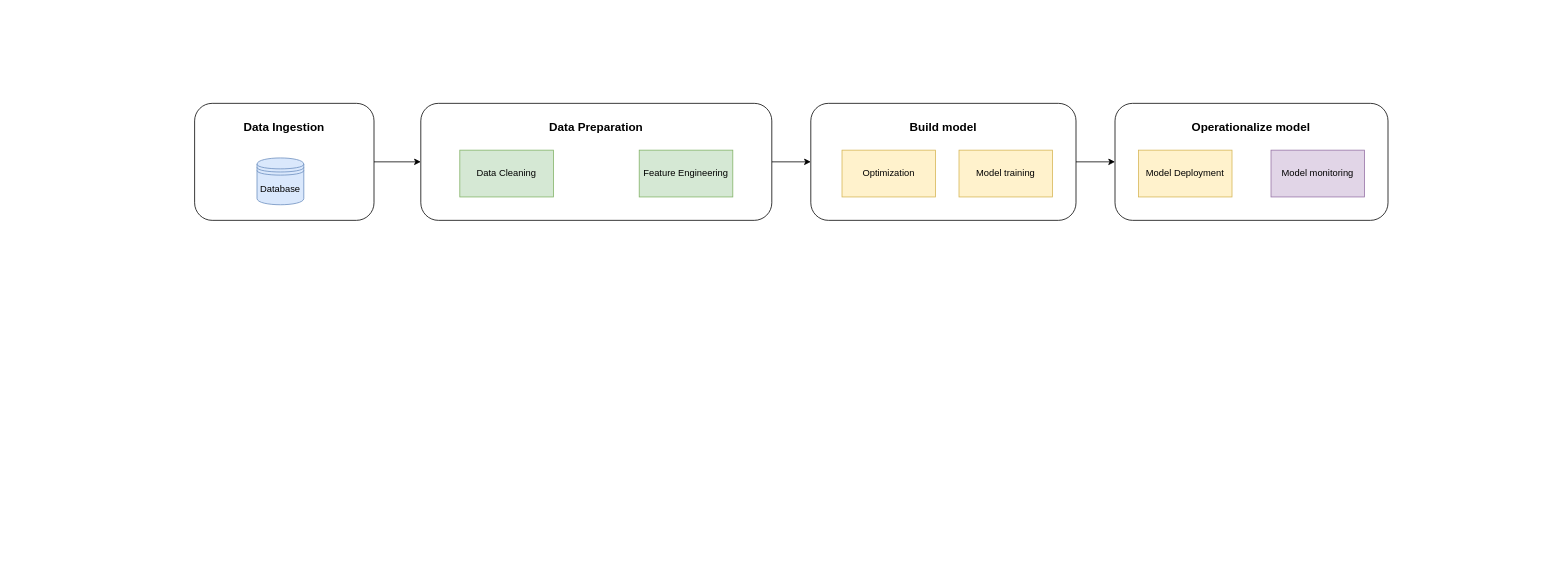
Above: ml_pipeline_diagram.drawio in bmaelum/ml_pipeline (draw.io), before the change. Source tidied: cells renumbered, new cells numbered last; positions are measured from the earlier drawing's top-left corner, leaving out a move shared by most shapes. Both pictures are drawn from the tidied source at 78%, with x=0, y=0 at pixel (194, 103).
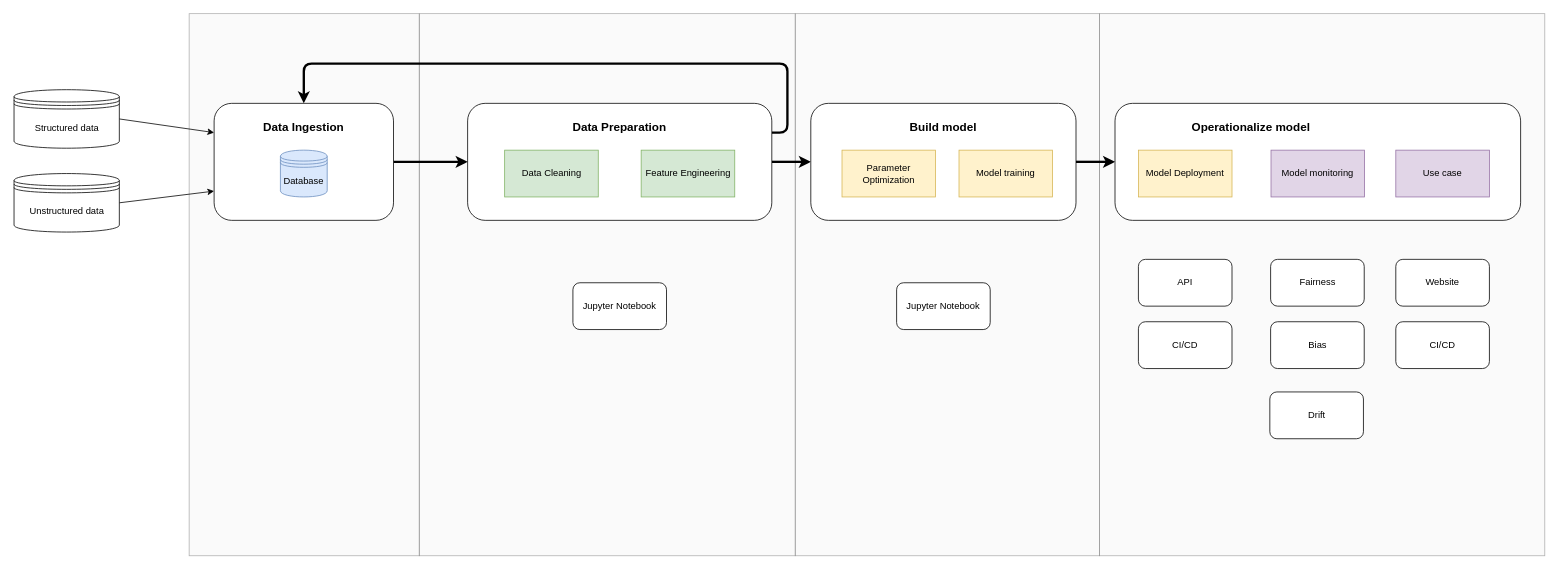
Above is the later version.

The change refers to these unchanged cells:
```xml
<mxCell id="6" style="rounded=1;whiteSpace=wrap;html=1;" parent="1" vertex="1">
  <mxGeometry x="790" width="340" height="150" as="geometry" />
</mxCell>
```

Diff of the diagram source:
```diff
@@
+    <mxCell id="20" style="rounded=0;whiteSpace=wrap;html=1;fillColor=#f5f5f5;strokeColor=#666666;fontColor=#333333;opacity=50;" parent="1" vertex="1">
+      <mxGeometry x="1160" y="-115" width="571" height="695" as="geometry" />
+    </mxCell>
+    <mxCell id="21" style="rounded=0;whiteSpace=wrap;html=1;fillColor=#f5f5f5;strokeColor=#666666;fontColor=#333333;opacity=50;" parent="1" vertex="1">
+      <mxGeometry x="770" y="-115" width="390" height="695" as="geometry" />
+    </mxCell>
+    <mxCell id="22" style="rounded=0;whiteSpace=wrap;html=1;fillColor=#f5f5f5;strokeColor=#666666;fontColor=#333333;opacity=50;" parent="1" vertex="1">
+      <mxGeometry x="288" y="-115" width="482" height="695" as="geometry" />
+    </mxCell>
+    <mxCell id="23" style="rounded=0;whiteSpace=wrap;html=1;fillColor=#f5f5f5;strokeColor=#666666;fontColor=#333333;opacity=50;" parent="1" vertex="1">
+      <mxGeometry x="-7" y="-115" width="295" height="695" as="geometry" />
+    </mxCell>
     <mxCell id="2" style="rounded=1;whiteSpace=wrap;html=1;" parent="1" vertex="1">
-      <mxGeometry x="1180" width="350" height="150" as="geometry" />
+      <mxGeometry x="1180" width="520" height="150" as="geometry" />
     </mxCell>
-    <mxCell id="3" style="edgeStyle=orthogonalEdgeStyle;rounded=0;jettySize=auto;html=1;exitX=1;exitY=0.5;exitDx=0;exitDy=0;entryX=0;entryY=0.5;entryDx=0;entryDy=0;fontSize=15;" parent="1" edge="1" source="4" target="6">
+    <mxCell id="3" style="edgeStyle=orthogonalEdgeStyle;rounded=0;jettySize=auto;html=1;exitX=1;exitY=0.5;exitDx=0;exitDy=0;entryX=0;entryY=0.5;entryDx=0;entryDy=0;fontSize=15;strokeWidth=3;" parent="1" edge="1" source="4" target="6">
       <mxGeometry relative="1" as="geometry" />
     </mxCell>
+    <mxCell id="24" style="edgeStyle=orthogonalEdgeStyle;rounded=1;jettySize=auto;html=1;exitX=1;exitY=0.25;exitDx=0;exitDy=0;entryX=0.5;entryY=0;entryDx=0;entryDy=0;strokeWidth=3;" parent="1" edge="1" source="4" target="14">
+      <mxGeometry relative="1" as="geometry">
+        <Array as="points">
+          <mxPoint x="760" y="38" />
+          <mxPoint x="760" y="-51" />
+          <mxPoint x="140" y="-51" />
+        </Array>
+      </mxGeometry>
+    </mxCell>
     <mxCell id="4" style="rounded=1;whiteSpace=wrap;html=1;" parent="1" vertex="1">
-      <mxGeometry x="290" width="450" height="150" as="geometry" />
+      <mxGeometry x="350" width="390" height="150" as="geometry" />
     </mxCell>
-    <mxCell id="5" style="edgeStyle=orthogonalEdgeStyle;rounded=0;jettySize=auto;html=1;exitX=1;exitY=0.5;exitDx=0;exitDy=0;entryX=0;entryY=0.5;entryDx=0;entryDy=0;" parent="1" edge="1" source="6" target="2">
+    <mxCell id="5" style="edgeStyle=orthogonalEdgeStyle;rounded=0;jettySize=auto;html=1;exitX=1;exitY=0.5;exitDx=0;exitDy=0;entryX=0;entryY=0.5;entryDx=0;entryDy=0;strokeWidth=3;" parent="1" edge="1" source="6" target="2">
       <mxGeometry relative="1" as="geometry" />
     </mxCell>
@@
     <mxCell id="7" value="Data Cleaning" style="rounded=0;whiteSpace=wrap;html=1;fillColor=#d5e8d4;strokeColor=#82b366;" parent="1" vertex="1">
-      <mxGeometry x="340" y="60" width="120" height="60" as="geometry" />
+      <mxGeometry x="397.5" y="60" width="120" height="60" as="geometry" />
     </mxCell>
@@
     <mxCell id="9" value="Feature Engineering" style="rounded=0;whiteSpace=wrap;html=1;fillColor=#d5e8d4;strokeColor=#82b366;" parent="1" vertex="1">
-      <mxGeometry x="570" y="60" width="120" height="60" as="geometry" />
+      <mxGeometry x="572.5" y="60" width="120" height="60" as="geometry" />
     </mxCell>
@@
-    <mxCell id="13" style="edgeStyle=orthogonalEdgeStyle;rounded=0;jettySize=auto;html=1;exitX=1;exitY=0.5;exitDx=0;exitDy=0;entryX=0;entryY=0.5;entryDx=0;entryDy=0;fontSize=15;" parent="1" edge="1" source="14" target="4">
+    <mxCell id="13" style="edgeStyle=orthogonalEdgeStyle;rounded=0;jettySize=auto;html=1;exitX=1;exitY=0.5;exitDx=0;exitDy=0;entryX=0;entryY=0.5;entryDx=0;entryDy=0;fontSize=15;strokeWidth=3;" parent="1" edge="1" source="14" target="4">
       <mxGeometry relative="1" as="geometry" />
     </mxCell>
     <mxCell id="14" style="rounded=1;whiteSpace=wrap;html=1;" parent="1" vertex="1">
-      <mxGeometry width="230" height="150" as="geometry" />
+      <mxGeometry x="25" width="230" height="150" as="geometry" />
     </mxCell>
     <mxCell id="15" value="Database" style="shape=datastore;whiteSpace=wrap;html=1;fillColor=#dae8fc;strokeColor=#6c8ebf;" parent="1" vertex="1">
-      <mxGeometry x="80" y="70" width="60" height="60" as="geometry" />
+      <mxGeometry x="110" y="60" width="60" height="60" as="geometry" />
     </mxCell>
     <mxCell id="16" value="Data Ingestion" style="text;html=1;strokeColor=none;fillColor=none;align=center;verticalAlign=middle;whiteSpace=wrap;rounded=0;fontSize=15;fontStyle=1;" parent="1" vertex="1">
-      <mxGeometry x="50" y="20" width="130" height="20" as="geometry" />
+      <mxGeometry x="75" y="20" width="130" height="20" as="geometry" />
     </mxCell>
     <mxCell id="17" value="Data Preparation" style="text;html=1;strokeColor=none;fillColor=none;align=center;verticalAlign=middle;whiteSpace=wrap;rounded=0;fontSize=15;fontStyle=1;" parent="1" vertex="1">
-      <mxGeometry x="425" y="20" width="180" height="20" as="geometry" />
+      <mxGeometry x="455" y="20" width="180" height="20" as="geometry" />
     </mxCell>
@@
-    <mxCell id="19" value="Optimization" style="rounded=0;whiteSpace=wrap;html=1;fillColor=#fff2cc;strokeColor=#d6b656;" parent="1" vertex="1">
+    <mxCell id="19" value="Parameter Optimization" style="rounded=0;whiteSpace=wrap;html=1;fillColor=#fff2cc;strokeColor=#d6b656;" parent="1" vertex="1">
       <mxGeometry x="830" y="60" width="120" height="60" as="geometry" />
     </mxCell>
+    <mxCell id="25" value="CI/CD" style="rounded=1;whiteSpace=wrap;html=1;" parent="1" vertex="1">
+      <mxGeometry x="1210" y="280" width="120" height="60" as="geometry" />
+    </mxCell>
+    <mxCell id="26" value="Fairness" style="rounded=1;whiteSpace=wrap;html=1;" parent="1" vertex="1">
+      <mxGeometry x="1379.5" y="200" width="120" height="60" as="geometry" />
+    </mxCell>
+    <mxCell id="27" value="Bias" style="rounded=1;whiteSpace=wrap;html=1;" parent="1" vertex="1">
+      <mxGeometry x="1379.5" y="280" width="120" height="60" as="geometry" />
+    </mxCell>
+    <mxCell id="28" value="Drift" style="rounded=1;whiteSpace=wrap;html=1;" parent="1" vertex="1">
+      <mxGeometry x="1378.5" y="370" width="120" height="60" as="geometry" />
+    </mxCell>
+    <mxCell id="29" value="Jupyter Notebook" style="rounded=1;whiteSpace=wrap;html=1;" parent="1" vertex="1">
+      <mxGeometry x="485" y="230" width="120" height="60" as="geometry" />
+    </mxCell>
+    <mxCell id="30" value="Website" style="rounded=1;whiteSpace=wrap;html=1;" parent="1" vertex="1">
+      <mxGeometry x="1540" y="200" width="120" height="60" as="geometry" />
+    </mxCell>
+    <mxCell id="31" value="Use case" style="rounded=0;whiteSpace=wrap;html=1;fillColor=#e1d5e7;strokeColor=#9673a6;" parent="1" vertex="1">
+      <mxGeometry x="1540" y="60" width="120" height="60" as="geometry" />
+    </mxCell>
+    <mxCell id="32" value="API" style="rounded=1;whiteSpace=wrap;html=1;" parent="1" vertex="1">
+      <mxGeometry x="1210" y="200" width="120" height="60" as="geometry" />
+    </mxCell>
+    <mxCell id="33" value="CI/CD" style="rounded=1;whiteSpace=wrap;html=1;" parent="1" vertex="1">
+      <mxGeometry x="1540" y="280" width="120" height="60" as="geometry" />
+    </mxCell>
+    <mxCell id="34" style="edgeStyle=none;jettySize=auto;html=1;exitX=1;exitY=0.5;exitDx=0;exitDy=0;entryX=0;entryY=0.75;entryDx=0;entryDy=0;strokeColor=#000000;" parent="1" edge="1" source="35" target="14">
+      <mxGeometry relative="1" as="geometry" />
+    </mxCell>
+    <mxCell id="35" value="Unstructured data" style="shape=datastore;whiteSpace=wrap;html=1;" parent="1" vertex="1">
+      <mxGeometry x="-231.5" y="90" width="135" height="75" as="geometry" />
+    </mxCell>
+    <mxCell id="36" style="edgeStyle=none;jettySize=auto;html=1;exitX=1;exitY=0.5;exitDx=0;exitDy=0;entryX=0;entryY=0.25;entryDx=0;entryDy=0;strokeColor=#000000;" parent="1" edge="1" source="37" target="14">
+      <mxGeometry relative="1" as="geometry" />
+    </mxCell>
+    <mxCell id="37" value="Structured data" style="shape=datastore;whiteSpace=wrap;html=1;" parent="1" vertex="1">
+      <mxGeometry x="-231.5" y="-17.5" width="135" height="75" as="geometry" />
+    </mxCell>
+    <mxCell id="38" value="Jupyter Notebook" style="rounded=1;whiteSpace=wrap;html=1;" parent="1" vertex="1">
+      <mxGeometry x="900" y="230" width="120" height="60" as="geometry" />
+    </mxCell>
```
